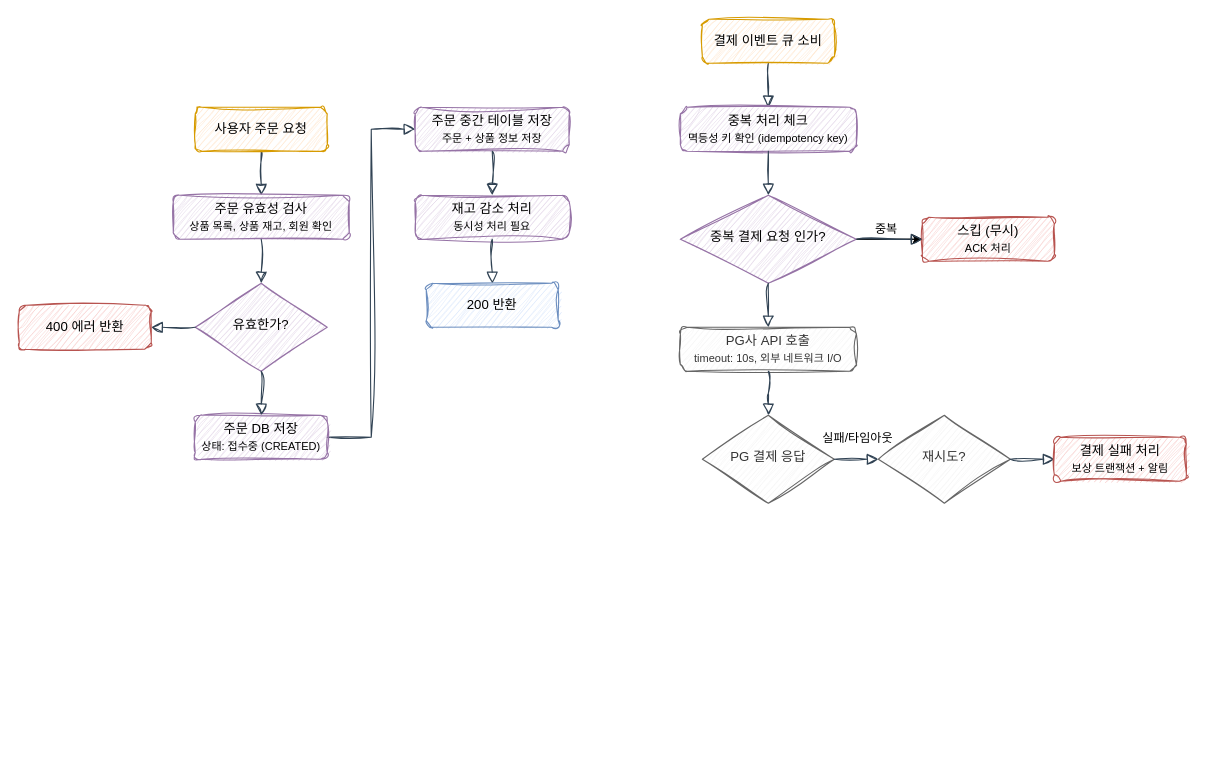
The draw.io diagram page "Flowchart" (1 of 10) of document/docs/commerce.drawio in dodudi/rudy-project, before the edit. Source tidied: cells renumbered, new cells numbered last; positions are measured from the earlier drawing's top-left corner, leaving out a move shared by most shapes. Both pictures are drawn from the tidied source at 110%, with x=0, y=0 at pixel (19, 19).
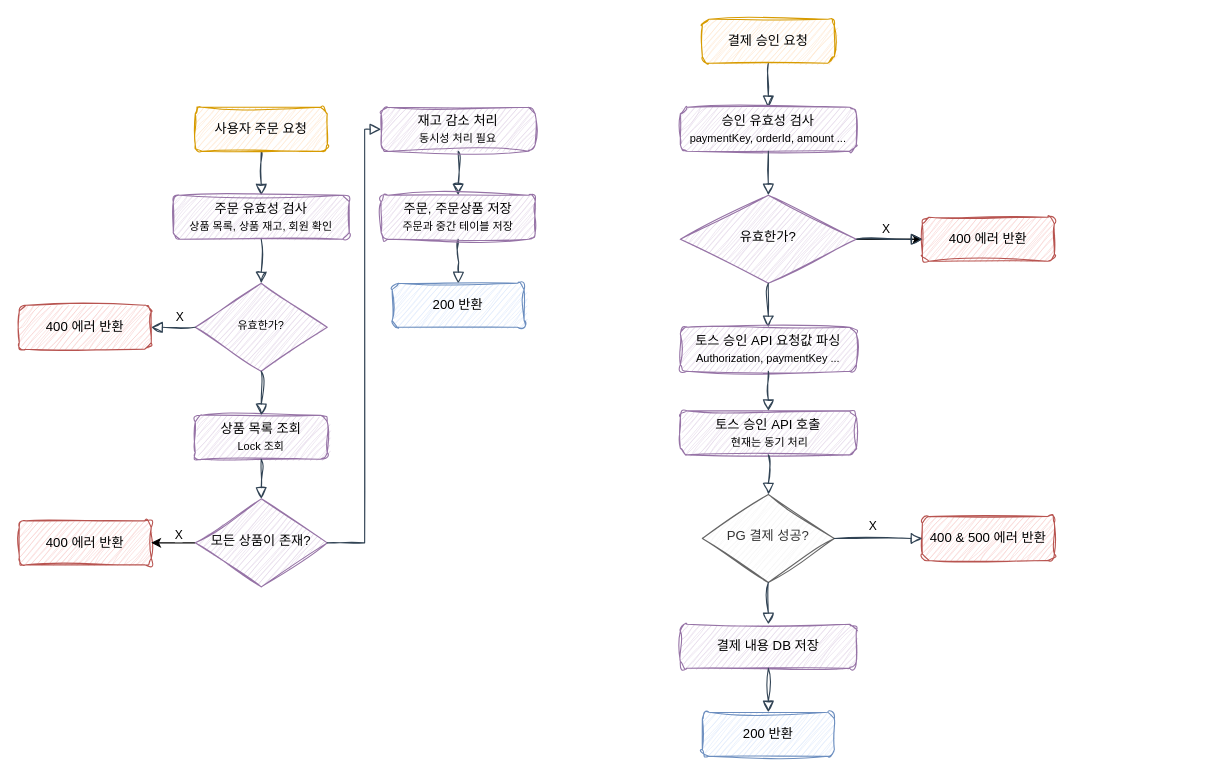
Above is the later version.

Unchanged cells that the change refers to:
```xml
<mxCell id="20" style="rounded=0;html=1;jettySize=auto;fontSize=11;endArrow=block;endFill=0;endSize=8;strokeWidth=1;shadow=0;labelBackgroundColor=none;edgeStyle=orthogonalEdgeStyle;flowAnimation=0;sketch=1;curveFitting=1;jiggle=2;fillColor=#647687;strokeColor=#314354;exitX=1;exitY=0.5;exitDx=0;exitDy=0;entryX=0;entryY=0.5;entryDx=0;entryDy=0;" parent="1" edge="1" source="17" target="19">
  <mxGeometry relative="1" as="geometry" />
</mxCell>
<mxCell id="32" style="rounded=0;html=1;jettySize=auto;fontSize=11;endArrow=block;endFill=0;endSize=8;strokeWidth=1;shadow=0;labelBackgroundColor=none;edgeStyle=orthogonalEdgeStyle;flowAnimation=0;sketch=1;curveFitting=1;jiggle=2;fillColor=#647687;strokeColor=#314354;entryX=1;entryY=0.5;entryDx=0;entryDy=0;exitX=0;exitY=0.5;exitDx=0;exitDy=0;" parent="1" edge="1" source="5" target="7">
  <mxGeometry relative="1" as="geometry" />
</mxCell>
```

What changed in the source:
```diff
@@
-    <mxCell id="5" value="유효한가?" style="rhombus;whiteSpace=wrap;html=1;shadow=0;fontFamily=Helvetica;fontSize=12;align=center;strokeWidth=1;spacing=6;spacingTop=-4;rounded=0;sketch=1;curveFitting=1;jiggle=2;fillColor=#e1d5e7;strokeColor=#9673a6;" parent="1" vertex="1">
+    <mxCell id="5" value="유효한가?" style="rhombus;whiteSpace=wrap;html=1;shadow=0;fontFamily=Helvetica;fontSize=10;align=center;strokeWidth=1;spacing=6;spacingTop=-4;rounded=0;sketch=1;curveFitting=1;jiggle=2;fillColor=#e1d5e7;strokeColor=#9673a6;" parent="1" vertex="1">
       <mxGeometry x="160" y="240" width="120" height="80" as="geometry" />
     </mxCell>
@@
-    <mxCell id="8" style="rounded=0;html=1;jettySize=auto;fontSize=11;endArrow=block;endFill=0;endSize=8;strokeWidth=1;shadow=0;labelBackgroundColor=none;edgeStyle=orthogonalEdgeStyle;flowAnimation=0;sketch=1;curveFitting=1;jiggle=2;fillColor=#647687;strokeColor=#314354;entryX=0;entryY=0.5;entryDx=0;entryDy=0;exitX=1;exitY=0.5;exitDx=0;exitDy=0;" parent="1" edge="1" source="9" target="31">
-      <mxGeometry relative="1" as="geometry" />
-    </mxCell>
-    <mxCell id="9" value="주문 DB 저장&lt;div&gt;&lt;font size=&quot;1&quot;&gt;상태: 접수중 (CREATED)&lt;/font&gt;&lt;/div&gt;" style="rounded=1;whiteSpace=wrap;html=1;fontSize=12;glass=0;strokeWidth=1;shadow=0;fillColor=#e1d5e7;strokeColor=#9673a6;sketch=1;curveFitting=1;jiggle=2;" parent="1" vertex="1">
+    <mxCell id="9" value="상품 목록 조회&lt;div&gt;&lt;font size=&quot;1&quot;&gt;Lock 조회&lt;/font&gt;&lt;/div&gt;" style="rounded=1;whiteSpace=wrap;html=1;fontSize=12;glass=0;strokeWidth=1;shadow=0;fillColor=#e1d5e7;strokeColor=#9673a6;sketch=1;curveFitting=1;jiggle=2;" parent="1" vertex="1">
       <mxGeometry x="160" y="360" width="120" height="40" as="geometry" />
     </mxCell>
@@
     <mxCell id="11" value="200 반환" style="rounded=1;whiteSpace=wrap;html=1;fontSize=12;glass=0;strokeWidth=1;shadow=0;fillColor=#dae8fc;strokeColor=#6c8ebf;sketch=1;curveFitting=1;jiggle=2;" parent="1" vertex="1">
-      <mxGeometry x="370" y="240" width="120" height="40" as="geometry" />
+      <mxGeometry x="339" y="240" width="120" height="40" as="geometry" />
     </mxCell>
@@
-    <mxCell id="13" value="결제 이벤트 큐 소비" style="rounded=1;whiteSpace=wrap;html=1;fontSize=12;glass=0;strokeWidth=1;shadow=0;fillColor=#ffe6cc;strokeColor=#d79b00;sketch=1;curveFitting=1;jiggle=2;" parent="1" vertex="1">
+    <mxCell id="13" value="결제 승인 요청" style="rounded=1;whiteSpace=wrap;html=1;fontSize=12;glass=0;strokeWidth=1;shadow=0;fillColor=#ffe6cc;strokeColor=#d79b00;sketch=1;curveFitting=1;jiggle=2;" parent="1" vertex="1">
       <mxGeometry x="621" width="120" height="40" as="geometry" />
     </mxCell>
-    <mxCell id="14" value="중복 처리 체크&lt;div&gt;&lt;font size=&quot;1&quot;&gt;멱등성 키 확인 (idempotency key)&lt;/font&gt;&lt;/div&gt;" style="rounded=1;whiteSpace=wrap;html=1;fontSize=12;glass=0;strokeWidth=1;shadow=0;fillColor=#e1d5e7;strokeColor=#9673a6;sketch=1;curveFitting=1;jiggle=2;labelBackgroundColor=none;labelBorderColor=none;" parent="1" vertex="1">
+    <mxCell id="14" value="승인 유효성 검사&lt;br&gt;&lt;div&gt;&lt;font size=&quot;1&quot;&gt;paymentKey, orderId, amount ...&lt;/font&gt;&lt;/div&gt;" style="rounded=1;whiteSpace=wrap;html=1;fontSize=12;glass=0;strokeWidth=1;shadow=0;fillColor=#e1d5e7;strokeColor=#9673a6;sketch=1;curveFitting=1;jiggle=2;labelBackgroundColor=none;labelBorderColor=none;" parent="1" vertex="1">
       <mxGeometry x="601" y="80" width="160" height="40" as="geometry" />
     </mxCell>
@@
-    <mxCell id="17" value="중복 결제 요청 인가?" style="rhombus;whiteSpace=wrap;html=1;shadow=0;fontFamily=Helvetica;fontSize=12;align=center;strokeWidth=1;spacing=6;spacingTop=-4;rounded=0;sketch=1;curveFitting=1;jiggle=2;fillColor=#e1d5e7;strokeColor=#9673a6;" parent="1" vertex="1">
+    <mxCell id="17" value="유효한가?" style="rhombus;whiteSpace=wrap;html=1;shadow=0;fontFamily=Helvetica;fontSize=12;align=center;strokeWidth=1;spacing=6;spacingTop=-4;rounded=0;sketch=1;curveFitting=1;jiggle=2;fillColor=#e1d5e7;strokeColor=#9673a6;" parent="1" vertex="1">
       <mxGeometry x="601" y="160" width="160" height="80" as="geometry" />
     </mxCell>
@@
-    <mxCell id="19" value="스킵 (무시)&lt;br&gt;&lt;font style=&quot;font-size: 10px;&quot;&gt;ACK 처리&lt;/font&gt;" style="rounded=1;whiteSpace=wrap;html=1;fontSize=12;glass=0;strokeWidth=1;shadow=0;fillColor=#f8cecc;strokeColor=#b85450;sketch=1;curveFitting=1;jiggle=2;" parent="1" vertex="1">
+    <mxCell id="19" value="400 에러 반환" style="rounded=1;whiteSpace=wrap;html=1;fontSize=12;glass=0;strokeWidth=1;shadow=0;fillColor=#f8cecc;strokeColor=#b85450;sketch=1;curveFitting=1;jiggle=2;" parent="1" vertex="1">
       <mxGeometry x="821" y="180" width="120" height="40" as="geometry" />
     </mxCell>
@@
-    <mxCell id="21" value="중복" style="edgeLabel;html=1;align=center;verticalAlign=middle;fontSize=11;labelBackgroundColor=none;" parent="20" vertex="1">
+    <mxCell id="21" value="X" style="edgeLabel;html=1;align=center;verticalAlign=middle;fontSize=11;labelBackgroundColor=none;" parent="20" vertex="1">
       <mxGeometry x="-0.13" y="1" relative="1" as="geometry">
         <mxPoint y="-9" as="offset" />
       </mxGeometry>
     </mxCell>
-    <mxCell id="22" value="PG사 API 호출&lt;br&gt;&lt;font size=&quot;1&quot;&gt;timeout: 10s, 외부 네트워크 I/O&lt;/font&gt;" style="rounded=1;whiteSpace=wrap;html=1;fontSize=12;glass=0;strokeWidth=1;shadow=0;fillColor=#f5f5f5;strokeColor=#666666;sketch=1;curveFitting=1;jiggle=2;fontColor=#333333;" parent="1" vertex="1">
-      <mxGeometry x="601" y="280" width="160" height="40" as="geometry" />
+    <mxCell id="22" value="토스 승인 API 호출&lt;br&gt;&lt;font size=&quot;1&quot;&gt;&amp;nbsp;현재는 동기 처리&lt;/font&gt;" style="rounded=1;whiteSpace=wrap;html=1;fontSize=12;glass=0;strokeWidth=1;shadow=0;fillColor=#e1d5e7;strokeColor=#9673a6;sketch=1;curveFitting=1;jiggle=2;" parent="1" vertex="1">
+      <mxGeometry x="601" y="356" width="160" height="40" as="geometry" />
     </mxCell>
-    <mxCell id="23" style="rounded=0;html=1;jettySize=auto;fontSize=11;endArrow=block;endFill=0;endSize=8;strokeWidth=1;shadow=0;labelBackgroundColor=none;edgeStyle=orthogonalEdgeStyle;flowAnimation=0;sketch=1;curveFitting=1;jiggle=2;fillColor=#647687;strokeColor=#314354;entryX=0.5;entryY=0;entryDx=0;entryDy=0;exitX=0.5;exitY=1;exitDx=0;exitDy=0;" parent="1" edge="1" source="17" target="22">
+    <mxCell id="23" style="rounded=0;html=1;jettySize=auto;fontSize=11;endArrow=block;endFill=0;endSize=8;strokeWidth=1;shadow=0;labelBackgroundColor=none;edgeStyle=orthogonalEdgeStyle;flowAnimation=0;sketch=1;curveFitting=1;jiggle=2;fillColor=#647687;strokeColor=#314354;entryX=0.5;entryY=0;entryDx=0;entryDy=0;exitX=0.5;exitY=1;exitDx=0;exitDy=0;" parent="1" edge="1" source="17" target="44">
       <mxGeometry relative="1" as="geometry" />
     </mxCell>
-    <mxCell id="24" style="rounded=0;html=1;jettySize=auto;fontSize=11;endArrow=block;endFill=0;endSize=8;strokeWidth=1;shadow=0;labelBackgroundColor=none;edgeStyle=orthogonalEdgeStyle;flowAnimation=0;sketch=1;curveFitting=1;jiggle=2;fillColor=#647687;strokeColor=#314354;entryX=0.5;entryY=0;entryDx=0;entryDy=0;exitX=0.5;exitY=1;exitDx=0;exitDy=0;" parent="1" edge="1" source="22">
-      <mxGeometry relative="1" as="geometry">
-        <mxPoint x="681" y="360" as="targetPoint" />
-      </mxGeometry>
+    <mxCell id="24" style="rounded=0;html=1;jettySize=auto;fontSize=11;endArrow=block;endFill=0;endSize=8;strokeWidth=1;shadow=0;labelBackgroundColor=none;edgeStyle=orthogonalEdgeStyle;flowAnimation=0;sketch=1;curveFitting=1;jiggle=2;fillColor=#647687;strokeColor=#314354;entryX=0.5;entryY=0;entryDx=0;entryDy=0;exitX=0.5;exitY=1;exitDx=0;exitDy=0;" parent="1" edge="1" source="22" target="25">
+      <mxGeometry relative="1" as="geometry" />
     </mxCell>
-    <mxCell id="25" value="PG 결제 응답" style="rhombus;whiteSpace=wrap;html=1;shadow=0;fontFamily=Helvetica;fontSize=12;align=center;strokeWidth=1;spacing=6;spacingTop=-4;rounded=0;sketch=1;curveFitting=1;jiggle=2;fillColor=#f5f5f5;strokeColor=#666666;fontColor=#333333;" parent="1" vertex="1">
-      <mxGeometry x="621" y="360" width="120" height="80" as="geometry" />
+    <mxCell id="25" value="PG 결제 성공?" style="rhombus;whiteSpace=wrap;html=1;shadow=0;fontFamily=Helvetica;fontSize=12;align=center;strokeWidth=1;spacing=6;spacingTop=-4;rounded=0;sketch=1;curveFitting=1;jiggle=2;fillColor=#f5f5f5;strokeColor=#666666;fontColor=#333333;" parent="1" vertex="1">
+      <mxGeometry x="621" y="432" width="120" height="80" as="geometry" />
     </mxCell>
-    <mxCell id="26" value="재시도?" style="rhombus;whiteSpace=wrap;html=1;shadow=0;fontFamily=Helvetica;fontSize=12;align=center;strokeWidth=1;spacing=6;spacingTop=-4;rounded=0;sketch=1;curveFitting=1;jiggle=2;fillColor=#f5f5f5;strokeColor=#666666;fontColor=#333333;" parent="1" vertex="1">
-      <mxGeometry x="781" y="360" width="120" height="80" as="geometry" />
-    </mxCell>
-    <mxCell id="27" style="rounded=0;html=1;jettySize=auto;fontSize=11;endArrow=block;endFill=0;endSize=8;strokeWidth=1;shadow=0;labelBackgroundColor=none;edgeStyle=orthogonalEdgeStyle;flowAnimation=0;sketch=1;curveFitting=1;jiggle=2;fillColor=#647687;strokeColor=#314354;entryX=0;entryY=0.5;entryDx=0;entryDy=0;exitX=1;exitY=0.5;exitDx=0;exitDy=0;" parent="1" edge="1" source="25" target="26">
-      <mxGeometry relative="1" as="geometry" />
-    </mxCell>
-    <mxCell id="28" value="실패/타임아웃" style="edgeLabel;html=1;align=center;verticalAlign=middle;labelBackgroundColor=none;fontSize=11;" parent="27" vertex="1">
-      <mxGeometry x="-0.1" relative="1" as="geometry">
-        <mxPoint x="2" y="-20" as="offset" />
-      </mxGeometry>
-    </mxCell>
-    <mxCell id="29" style="rounded=0;html=1;jettySize=auto;fontSize=11;endArrow=block;endFill=0;endSize=8;strokeWidth=1;shadow=0;labelBackgroundColor=none;edgeStyle=orthogonalEdgeStyle;flowAnimation=0;sketch=1;curveFitting=1;jiggle=2;fillColor=#647687;strokeColor=#314354;exitX=1;exitY=0.5;exitDx=0;exitDy=0;entryX=0;entryY=0.5;entryDx=0;entryDy=0;" parent="1" edge="1" source="26" target="30">
-      <mxGeometry relative="1" as="geometry" />
-    </mxCell>
-    <mxCell id="30" value="결제 실패 처리&lt;br&gt;&lt;font size=&quot;1&quot;&gt;보상 트랜잭션 + 알림&lt;/font&gt;" style="rounded=1;whiteSpace=wrap;html=1;fontSize=12;glass=0;strokeWidth=1;shadow=0;fillColor=#f8cecc;strokeColor=#b85450;sketch=1;curveFitting=1;jiggle=2;" parent="1" vertex="1">
-      <mxGeometry x="941" y="380" width="120" height="40" as="geometry" />
-    </mxCell>
-    <mxCell id="31" value="주문 중간 테이블 저장&lt;br&gt;&lt;div&gt;&lt;font size=&quot;1&quot;&gt;주문 + 상품 정보 저장&lt;/font&gt;&lt;/div&gt;" style="rounded=1;whiteSpace=wrap;html=1;fontSize=12;glass=0;strokeWidth=1;shadow=0;fillColor=#e1d5e7;strokeColor=#9673a6;sketch=1;curveFitting=1;jiggle=2;" parent="1" vertex="1">
-      <mxGeometry x="360" y="80" width="140" height="40" as="geometry" />
-    </mxCell>
@@
-    <mxCell id="33" value="재고 감소 처리&lt;br&gt;&lt;font size=&quot;1&quot;&gt;동시성 처리 필요&lt;/font&gt;" style="rounded=1;whiteSpace=wrap;html=1;fontSize=12;glass=0;strokeWidth=1;shadow=0;fillColor=#e1d5e7;strokeColor=#9673a6;sketch=1;curveFitting=1;jiggle=2;" parent="1" vertex="1">
-      <mxGeometry x="360" y="160" width="140" height="40" as="geometry" />
-    </mxCell>
+    <mxCell id="36" value="X" style="edgeLabel;html=1;align=center;verticalAlign=middle;" parent="32" vertex="1">
+      <mxGeometry x="-0.23" y="-1" relative="1" as="geometry">
+        <mxPoint y="-9" as="offset" />
+      </mxGeometry>
+    </mxCell>
-    <mxCell id="34" style="rounded=0;html=1;jettySize=auto;fontSize=11;endArrow=block;endFill=0;endSize=8;strokeWidth=1;shadow=0;labelBackgroundColor=none;edgeStyle=orthogonalEdgeStyle;flowAnimation=0;sketch=1;curveFitting=1;jiggle=2;fillColor=#647687;strokeColor=#314354;entryX=0.5;entryY=0;entryDx=0;entryDy=0;exitX=0.5;exitY=1;exitDx=0;exitDy=0;" parent="1" edge="1" source="31" target="33">
+    <mxCell id="34" style="rounded=0;html=1;jettySize=auto;fontSize=11;endArrow=block;endFill=0;endSize=8;strokeWidth=1;shadow=0;labelBackgroundColor=none;edgeStyle=orthogonalEdgeStyle;flowAnimation=0;sketch=1;curveFitting=1;jiggle=2;fillColor=#647687;strokeColor=#314354;entryX=0.5;entryY=0;entryDx=0;entryDy=0;exitX=0.5;exitY=1;exitDx=0;exitDy=0;" parent="1" edge="1" source="33" target="43">
       <mxGeometry relative="1" as="geometry" />
     </mxCell>
-    <mxCell id="35" style="rounded=0;html=1;jettySize=auto;fontSize=11;endArrow=block;endFill=0;endSize=8;strokeWidth=1;shadow=0;labelBackgroundColor=none;edgeStyle=orthogonalEdgeStyle;flowAnimation=0;sketch=1;curveFitting=1;jiggle=2;fillColor=#647687;strokeColor=#314354;entryX=0.5;entryY=0;entryDx=0;entryDy=0;exitX=0.5;exitY=1;exitDx=0;exitDy=0;" parent="1" edge="1" source="33" target="11">
-      <mxGeometry relative="1" as="geometry" />
+    <mxCell id="35" style="rounded=0;html=1;jettySize=auto;fontSize=11;endArrow=block;endFill=0;endSize=8;strokeWidth=1;shadow=0;labelBackgroundColor=none;edgeStyle=orthogonalEdgeStyle;flowAnimation=0;sketch=1;curveFitting=1;jiggle=2;fillColor=#647687;strokeColor=#314354;entryX=0.5;entryY=0;entryDx=0;entryDy=0;exitX=0.5;exitY=1;exitDx=0;exitDy=0;" parent="1" edge="1" target="11">
+      <mxGeometry relative="1" as="geometry">
+        <mxPoint x="399" y="200" as="sourcePoint" />
+      </mxGeometry>
     </mxCell>
+    <mxCell id="37" value="400 에러 반환" style="rounded=1;whiteSpace=wrap;html=1;fontSize=12;glass=0;strokeWidth=1;shadow=0;fillColor=#f8cecc;strokeColor=#b85450;sketch=1;curveFitting=1;jiggle=2;" parent="1" vertex="1">
+      <mxGeometry y="456" width="120" height="40" as="geometry" />
+    </mxCell>
+    <mxCell id="38" style="edgeStyle=orthogonalEdgeStyle;rounded=0;jettySize=auto;html=1;entryX=1;entryY=0.5;entryDx=0;entryDy=0;" parent="1" edge="1" source="40" target="37">
+      <mxGeometry relative="1" as="geometry" />
+    </mxCell>
+    <mxCell id="39" value="X" style="edgeLabel;html=1;align=center;verticalAlign=middle;" parent="38" vertex="1">
+      <mxGeometry x="-0.2" y="-1" relative="1" as="geometry">
+        <mxPoint y="-7" as="offset" />
+      </mxGeometry>
+    </mxCell>
+    <mxCell id="40" value="모든 상품이 존재?" style="rhombus;whiteSpace=wrap;html=1;shadow=0;fontFamily=Helvetica;fontSize=12;align=center;strokeWidth=1;spacing=6;spacingTop=-4;rounded=0;sketch=1;curveFitting=1;jiggle=2;fillColor=#e1d5e7;strokeColor=#9673a6;" parent="1" vertex="1">
+      <mxGeometry x="160" y="436" width="120" height="80" as="geometry" />
+    </mxCell>
+    <mxCell id="41" style="rounded=0;html=1;jettySize=auto;fontSize=11;endArrow=block;endFill=0;endSize=8;strokeWidth=1;shadow=0;labelBackgroundColor=none;edgeStyle=orthogonalEdgeStyle;flowAnimation=0;sketch=1;curveFitting=1;jiggle=2;fillColor=#647687;strokeColor=#314354;entryX=0.5;entryY=0;entryDx=0;entryDy=0;exitX=0.5;exitY=1;exitDx=0;exitDy=0;" parent="1" edge="1" source="9" target="40">
+      <mxGeometry relative="1" as="geometry" />
+    </mxCell>
+    <mxCell id="42" style="rounded=0;html=1;jettySize=auto;fontSize=11;endArrow=block;endFill=0;endSize=8;strokeWidth=1;shadow=0;labelBackgroundColor=none;edgeStyle=orthogonalEdgeStyle;flowAnimation=0;sketch=1;curveFitting=1;jiggle=2;fillColor=#647687;strokeColor=#314354;entryX=0;entryY=0.5;entryDx=0;entryDy=0;exitX=1;exitY=0.5;exitDx=0;exitDy=0;" parent="1" edge="1" source="40" target="33">
+      <mxGeometry relative="1" as="geometry">
+        <Array as="points">
+          <mxPoint x="314" y="476" />
+          <mxPoint x="314" y="100" />
+        </Array>
+      </mxGeometry>
+    </mxCell>
+    <mxCell id="33" value="재고 감소 처리&lt;br&gt;&lt;font size=&quot;1&quot;&gt;동시성 처리 필요&lt;/font&gt;" style="rounded=1;whiteSpace=wrap;html=1;fontSize=12;glass=0;strokeWidth=1;shadow=0;fillColor=#e1d5e7;strokeColor=#9673a6;sketch=1;curveFitting=1;jiggle=2;" parent="1" vertex="1">
+      <mxGeometry x="329" y="80" width="140" height="40" as="geometry" />
+    </mxCell>
+    <mxCell id="43" value="주문, 주문상품 저장&lt;br&gt;&lt;font size=&quot;1&quot;&gt;주문과 중간 테이블 저장&lt;/font&gt;" style="rounded=1;whiteSpace=wrap;html=1;fontSize=12;glass=0;strokeWidth=1;shadow=0;fillColor=#e1d5e7;strokeColor=#9673a6;sketch=1;curveFitting=1;jiggle=2;" parent="1" vertex="1">
+      <mxGeometry x="329" y="160" width="140" height="40" as="geometry" />
+    </mxCell>
+    <mxCell id="44" value="토스 승인 API 요청값 파싱&lt;br&gt;&lt;font size=&quot;1&quot;&gt;Authorization, paymentKey ...&lt;/font&gt;" style="rounded=1;whiteSpace=wrap;html=1;fontSize=12;glass=0;strokeWidth=1;shadow=0;fillColor=#e1d5e7;strokeColor=#9673a6;sketch=1;curveFitting=1;jiggle=2;" parent="1" vertex="1">
+      <mxGeometry x="601" y="280" width="160" height="40" as="geometry" />
+    </mxCell>
+    <mxCell id="45" style="rounded=0;html=1;jettySize=auto;fontSize=11;endArrow=block;endFill=0;endSize=8;strokeWidth=1;shadow=0;labelBackgroundColor=none;edgeStyle=orthogonalEdgeStyle;flowAnimation=0;sketch=1;curveFitting=1;jiggle=2;fillColor=#647687;strokeColor=#314354;entryX=0.5;entryY=0;entryDx=0;entryDy=0;exitX=0.5;exitY=1;exitDx=0;exitDy=0;" parent="1" edge="1" source="44" target="22">
+      <mxGeometry relative="1" as="geometry" />
+    </mxCell>
+    <mxCell id="46" value="400 &amp;amp; 500 에러 반환" style="rounded=1;whiteSpace=wrap;html=1;fontSize=12;glass=0;strokeWidth=1;shadow=0;fillColor=#f8cecc;strokeColor=#b85450;sketch=1;curveFitting=1;jiggle=2;" parent="1" vertex="1">
+      <mxGeometry x="821" y="452" width="120" height="40" as="geometry" />
+    </mxCell>
+    <mxCell id="47" style="rounded=0;html=1;jettySize=auto;fontSize=11;endArrow=block;endFill=0;endSize=8;strokeWidth=1;shadow=0;labelBackgroundColor=none;edgeStyle=orthogonalEdgeStyle;flowAnimation=0;sketch=1;curveFitting=1;jiggle=2;fillColor=#647687;strokeColor=#314354;entryX=0;entryY=0.5;entryDx=0;entryDy=0;exitX=1;exitY=0.5;exitDx=0;exitDy=0;" parent="1" edge="1" source="25" target="46">
+      <mxGeometry relative="1" as="geometry" />
+    </mxCell>
+    <mxCell id="48" value="X" style="edgeLabel;html=1;align=center;verticalAlign=middle;" parent="47" vertex="1">
+      <mxGeometry x="-0.14" y="1" relative="1" as="geometry">
+        <mxPoint y="-11" as="offset" />
+      </mxGeometry>
+    </mxCell>
+    <mxCell id="49" value="결제 내용 DB 저장" style="rounded=1;whiteSpace=wrap;html=1;fontSize=12;glass=0;strokeWidth=1;shadow=0;fillColor=#e1d5e7;strokeColor=#9673a6;sketch=1;curveFitting=1;jiggle=2;" parent="1" vertex="1">
+      <mxGeometry x="601" y="550" width="160" height="40" as="geometry" />
+    </mxCell>
+    <mxCell id="50" style="rounded=0;html=1;jettySize=auto;fontSize=11;endArrow=block;endFill=0;endSize=8;strokeWidth=1;shadow=0;labelBackgroundColor=none;edgeStyle=orthogonalEdgeStyle;flowAnimation=0;sketch=1;curveFitting=1;jiggle=2;fillColor=#647687;strokeColor=#314354;entryX=0.5;entryY=0;entryDx=0;entryDy=0;exitX=0.5;exitY=1;exitDx=0;exitDy=0;" parent="1" edge="1" source="25" target="49">
+      <mxGeometry relative="1" as="geometry" />
+    </mxCell>
+    <mxCell id="51" value="200 반환" style="rounded=1;whiteSpace=wrap;html=1;fontSize=12;glass=0;strokeWidth=1;shadow=0;fillColor=#dae8fc;strokeColor=#6c8ebf;sketch=1;curveFitting=1;jiggle=2;" parent="1" vertex="1">
+      <mxGeometry x="621" y="630" width="120" height="40" as="geometry" />
+    </mxCell>
+    <mxCell id="52" style="rounded=0;html=1;jettySize=auto;fontSize=11;endArrow=block;endFill=0;endSize=8;strokeWidth=1;shadow=0;labelBackgroundColor=none;edgeStyle=orthogonalEdgeStyle;flowAnimation=0;sketch=1;curveFitting=1;jiggle=2;fillColor=#647687;strokeColor=#314354;entryX=0.5;entryY=0;entryDx=0;entryDy=0;exitX=0.5;exitY=1;exitDx=0;exitDy=0;" parent="1" edge="1" source="49" target="51">
+      <mxGeometry relative="1" as="geometry" />
+    </mxCell>
```
